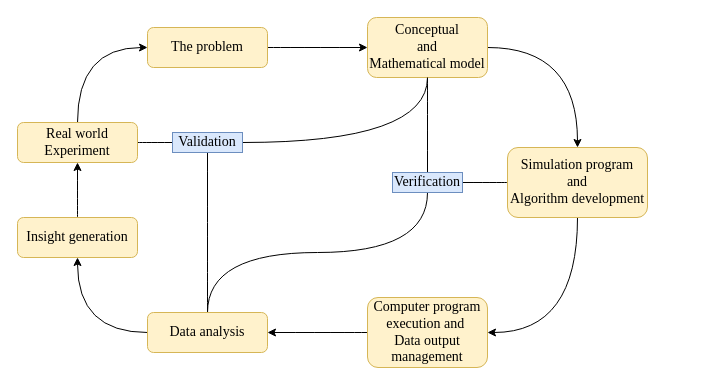
This is modeling_simulation.drawio from SamMachariaPhD/modeling_and_simulation, a draw.io file, before an edit. Source tidied: cells renumbered, new cells numbered last; positions are measured from the earlier drawing's top-left corner, leaving out a move shared by most shapes. Both pictures are drawn from the tidied source at 100%, with x=0, y=0 at pixel (17, 17).
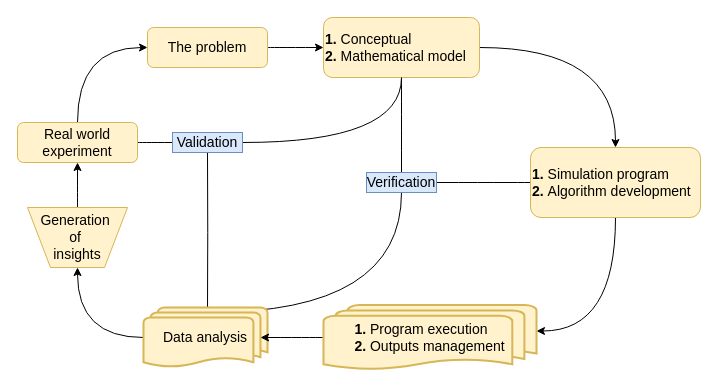
The same page after the edit.

The edit, as a diff of the source:
```diff
@@
-    <mxCell id="4" value="&lt;font face=&quot;Times New Roman&quot; style=&quot;font-size: 14px&quot;&gt;Real world&lt;br&gt;Experiment&lt;/font&gt;" style="rounded=1;whiteSpace=wrap;html=1;fontSize=12;glass=0;strokeWidth=1;shadow=0;fillColor=#fff2cc;strokeColor=#d6b656;" parent="1" vertex="1">
+    <mxCell id="4" value="&lt;font style=&quot;font-size: 14px&quot;&gt;Real world&lt;br&gt;experiment&lt;/font&gt;" style="rounded=1;whiteSpace=wrap;html=1;fontSize=12;glass=0;strokeWidth=1;shadow=0;fillColor=#fff2cc;strokeColor=#d6b656;" parent="1" vertex="1">
       <mxGeometry y="105" width="120" height="40" as="geometry" />
     </mxCell>
@@
-    <mxCell id="6" value="&lt;font face=&quot;Times New Roman&quot; style=&quot;font-size: 14px&quot;&gt;The problem&lt;/font&gt;" style="rounded=1;whiteSpace=wrap;html=1;fontSize=12;glass=0;strokeWidth=1;shadow=0;fillColor=#fff2cc;strokeColor=#d6b656;" parent="1" vertex="1">
+    <mxCell id="6" value="&lt;font style=&quot;font-size: 14px&quot;&gt;The problem&lt;/font&gt;" style="rounded=1;whiteSpace=wrap;html=1;fontSize=12;glass=0;strokeWidth=1;shadow=0;fillColor=#fff2cc;strokeColor=#d6b656;" parent="1" vertex="1">
       <mxGeometry x="130" y="10" width="120" height="40" as="geometry" />
     </mxCell>
@@
-    <mxCell id="9" value="&lt;font face=&quot;Times New Roman&quot; style=&quot;font-size: 14px&quot;&gt;Conceptual &lt;br&gt;and&lt;br&gt;Mathematical model&lt;/font&gt;" style="rounded=1;whiteSpace=wrap;html=1;fontSize=12;glass=0;strokeWidth=1;shadow=0;fillColor=#fff2cc;strokeColor=#d6b656;" parent="1" vertex="1">
-      <mxGeometry x="350" width="120" height="60" as="geometry" />
+    <mxCell id="9" value="&lt;font style=&quot;font-size: 14px&quot;&gt;&lt;b&gt;1. &lt;/b&gt;Conceptual &lt;br&gt;&lt;b&gt;2. &lt;/b&gt;Mathematical model&lt;/font&gt;" style="rounded=1;whiteSpace=wrap;html=1;fontSize=12;glass=0;strokeWidth=1;shadow=0;fillColor=#fff2cc;strokeColor=#d6b656;align=left;" parent="1" vertex="1">
+      <mxGeometry x="306" width="156" height="60" as="geometry" />
     </mxCell>
-    <mxCell id="10" style="edgeStyle=orthogonalEdgeStyle;curved=1;rounded=0;jettySize=auto;html=1;exitX=0.5;exitY=1;exitDx=0;exitDy=0;entryX=1;entryY=0.5;entryDx=0;entryDy=0;" parent="1" edge="1" source="12" target="14">
+    <mxCell id="10" style="edgeStyle=orthogonalEdgeStyle;curved=1;rounded=0;jettySize=auto;html=1;exitX=0.5;exitY=1;exitDx=0;exitDy=0;entryX=1;entryY=0.4;entryDx=0;entryDy=0;entryPerimeter=0;" parent="1" edge="1" source="12" target="26">
       <mxGeometry relative="1" as="geometry" />
     </mxCell>
@@
-    <mxCell id="12" value="&lt;font face=&quot;Times New Roman&quot; style=&quot;font-size: 14px&quot;&gt;Simulation program &lt;br&gt;and&lt;br&gt;Algorithm development&lt;/font&gt;" style="rounded=1;whiteSpace=wrap;html=1;fontSize=12;glass=0;strokeWidth=1;shadow=0;fillColor=#fff2cc;strokeColor=#d6b656;" parent="1" vertex="1">
-      <mxGeometry x="490" y="130" width="140" height="70" as="geometry" />
+    <mxCell id="12" value="&lt;font style=&quot;font-size: 14px&quot;&gt;&lt;b&gt;1. &lt;/b&gt;Simulation program&lt;br&gt;&lt;b&gt;2. &lt;/b&gt;Algorithm development&lt;/font&gt;" style="rounded=1;whiteSpace=wrap;html=1;fontSize=12;glass=0;strokeWidth=1;shadow=0;fillColor=#fff2cc;strokeColor=#d6b656;align=left;" parent="1" vertex="1">
+      <mxGeometry x="513" y="130" width="170" height="70" as="geometry" />
     </mxCell>
-    <mxCell id="13" style="edgeStyle=orthogonalEdgeStyle;curved=1;rounded=0;jettySize=auto;html=1;exitX=0;exitY=0.5;exitDx=0;exitDy=0;entryX=1;entryY=0.5;entryDx=0;entryDy=0;" parent="1" edge="1" source="14" target="18">
-      <mxGeometry relative="1" as="geometry" />
-    </mxCell>
-    <mxCell id="14" value="&lt;font face=&quot;Times New Roman&quot; style=&quot;font-size: 14px&quot;&gt;Computer program execution and&amp;nbsp;&lt;br&gt;Data output management&lt;/font&gt;" style="rounded=1;whiteSpace=wrap;html=1;fontSize=12;glass=0;strokeWidth=1;shadow=0;fillColor=#fff2cc;strokeColor=#d6b656;" parent="1" vertex="1">
-      <mxGeometry x="350" y="280" width="120" height="70" as="geometry" />
-    </mxCell>
-    <mxCell id="15" style="edgeStyle=orthogonalEdgeStyle;curved=1;rounded=0;jettySize=auto;html=1;exitX=0;exitY=0.5;exitDx=0;exitDy=0;" parent="1" edge="1" source="18" target="20">
+    <mxCell id="15" style="edgeStyle=orthogonalEdgeStyle;curved=1;rounded=0;jettySize=auto;html=1;exitX=0;exitY=0.5;exitDx=0;exitDy=0;exitPerimeter=0;" parent="1" edge="1" source="18" target="24">
       <mxGeometry relative="1" as="geometry" />
     </mxCell>
-    <mxCell id="16" style="edgeStyle=orthogonalEdgeStyle;curved=1;rounded=0;jettySize=auto;html=1;exitX=0.5;exitY=0;exitDx=0;exitDy=0;entryX=0.5;entryY=1;entryDx=0;entryDy=0;endArrow=none;endFill=0;" parent="1" edge="1" source="18" target="22">
-      <mxGeometry relative="1" as="geometry" />
+    <mxCell id="16" style="edgeStyle=orthogonalEdgeStyle;curved=1;rounded=0;jettySize=auto;html=1;exitX=0.5;exitY=0;exitDx=0;exitDy=0;entryX=0.5;entryY=1;entryDx=0;entryDy=0;endArrow=none;endFill=0;" parent="1" edge="1" target="22">
+      <mxGeometry relative="1" as="geometry">
+        <mxPoint x="190" y="295" as="sourcePoint" />
+      </mxGeometry>
     </mxCell>
-    <mxCell id="17" style="edgeStyle=orthogonalEdgeStyle;curved=1;rounded=0;jettySize=auto;html=1;exitX=0.5;exitY=0;exitDx=0;exitDy=0;entryX=0.5;entryY=1;entryDx=0;entryDy=0;endArrow=none;endFill=0;" parent="1" edge="1" source="18" target="23">
-      <mxGeometry relative="1" as="geometry" />
+    <mxCell id="17" style="edgeStyle=orthogonalEdgeStyle;curved=1;rounded=0;jettySize=auto;html=1;exitX=0.5;exitY=0;exitDx=0;exitDy=0;entryX=0.5;entryY=1;entryDx=0;entryDy=0;endArrow=none;endFill=0;" parent="1" edge="1" target="23">
+      <mxGeometry relative="1" as="geometry">
+        <mxPoint x="190" y="295" as="sourcePoint" />
+      </mxGeometry>
     </mxCell>
-    <mxCell id="18" value="&lt;font face=&quot;Times New Roman&quot; style=&quot;font-size: 14px&quot;&gt;Data analysis&lt;/font&gt;" style="rounded=1;whiteSpace=wrap;html=1;fontSize=12;glass=0;strokeWidth=1;shadow=0;fillColor=#fff2cc;strokeColor=#d6b656;" parent="1" vertex="1">
-      <mxGeometry x="130" y="295" width="120" height="40" as="geometry" />
-    </mxCell>
-    <mxCell id="19" style="edgeStyle=orthogonalEdgeStyle;curved=1;rounded=0;jettySize=auto;html=1;exitX=0.5;exitY=0;exitDx=0;exitDy=0;entryX=0.5;entryY=1;entryDx=0;entryDy=0;" parent="1" edge="1" source="20" target="4">
+    <mxCell id="19" style="edgeStyle=orthogonalEdgeStyle;curved=1;rounded=0;jettySize=auto;html=1;exitX=0.5;exitY=0;exitDx=0;exitDy=0;entryX=0.5;entryY=1;entryDx=0;entryDy=0;" parent="1" edge="1" source="24" target="4">
       <mxGeometry relative="1" as="geometry" />
     </mxCell>
-    <mxCell id="20" value="&lt;font style=&quot;font-size: 14px&quot; face=&quot;Times New Roman&quot;&gt;Insight generation&lt;/font&gt;" style="rounded=1;whiteSpace=wrap;html=1;fontSize=12;glass=0;strokeWidth=1;shadow=0;fillColor=#fff2cc;strokeColor=#d6b656;" parent="1" vertex="1">
-      <mxGeometry y="200" width="120" height="40" as="geometry" />
-    </mxCell>
@@
-    <mxCell id="22" value="&lt;font style=&quot;font-size: 14px&quot; face=&quot;Times New Roman&quot;&gt;Validation&lt;/font&gt;" style="text;html=1;strokeColor=#6c8ebf;fillColor=#dae8fc;align=center;verticalAlign=middle;whiteSpace=wrap;rounded=0;" parent="1" vertex="1">
+    <mxCell id="22" value="&lt;font style=&quot;font-size: 14px&quot;&gt;Validation&lt;/font&gt;" style="text;html=1;strokeColor=#6c8ebf;fillColor=#dae8fc;align=center;verticalAlign=middle;whiteSpace=wrap;rounded=0;" parent="1" vertex="1">
       <mxGeometry x="155" y="115" width="70" height="20" as="geometry" />
     </mxCell>
-    <mxCell id="23" value="&lt;font face=&quot;Times New Roman&quot; style=&quot;font-size: 14px&quot;&gt;Verification&lt;/font&gt;" style="text;html=1;align=center;verticalAlign=middle;whiteSpace=wrap;rounded=0;fillColor=#dae8fc;strokeColor=#6c8ebf;" parent="1" vertex="1">
-      <mxGeometry x="375" y="155" width="70" height="20" as="geometry" />
+    <mxCell id="23" value="&lt;font style=&quot;font-size: 14px&quot;&gt;Verification&lt;/font&gt;" style="text;html=1;align=center;verticalAlign=middle;whiteSpace=wrap;rounded=0;fillColor=#dae8fc;strokeColor=#6c8ebf;" parent="1" vertex="1">
+      <mxGeometry x="349" y="155" width="70" height="20" as="geometry" />
     </mxCell>
+    <mxCell id="18" value="&lt;span style=&quot;font-size: 14px&quot;&gt;Data analysis&lt;/span&gt;" style="strokeWidth=2;html=1;shape=mxgraph.flowchart.multi-document;whiteSpace=wrap;fillColor=#fff2cc;strokeColor=#d6b656;" parent="1" vertex="1">
+      <mxGeometry x="126" y="290" width="124" height="60" as="geometry" />
+    </mxCell>
+    <mxCell id="24" value="&lt;font style=&quot;font-size: 14px&quot;&gt;Generation&amp;nbsp;&lt;br&gt;of&amp;nbsp;&lt;br&gt;insights&lt;/font&gt;" style="verticalLabelPosition=middle;verticalAlign=middle;html=1;shape=trapezoid;perimeter=trapezoidPerimeter;whiteSpace=wrap;size=0.23;arcSize=10;flipV=1;labelPosition=center;align=center;fillColor=#fff2cc;strokeColor=#d6b656;" parent="1" vertex="1">
+      <mxGeometry x="10" y="190" width="100" height="60" as="geometry" />
+    </mxCell>
+    <mxCell id="25" style="edgeStyle=orthogonalEdgeStyle;curved=1;rounded=0;jettySize=auto;html=1;exitX=0;exitY=0.5;exitDx=0;exitDy=0;exitPerimeter=0;entryX=0.944;entryY=0.5;entryDx=0;entryDy=0;entryPerimeter=0;endArrow=classic;endFill=1;startArrow=none;startFill=0;" parent="1" edge="1" source="26" target="18">
+      <mxGeometry relative="1" as="geometry" />
+    </mxCell>
+    <mxCell id="26" value="&lt;div style=&quot;text-align: left ; font-size: 14px&quot;&gt;&lt;font style=&quot;font-size: 14px&quot;&gt;&lt;b&gt;1. &lt;/b&gt;Program execution&lt;/font&gt;&lt;/div&gt;&lt;div style=&quot;text-align: left ; font-size: 14px&quot;&gt;&lt;font style=&quot;font-size: 14px&quot;&gt;&lt;b&gt;2. &lt;/b&gt;Outputs management&lt;/font&gt;&lt;/div&gt;" style="strokeWidth=2;html=1;shape=mxgraph.flowchart.multi-document;whiteSpace=wrap;fillColor=#fff2cc;strokeColor=#d6b656;" parent="1" vertex="1">
+      <mxGeometry x="306" y="287.5" width="213" height="65" as="geometry" />
+    </mxCell>
```
